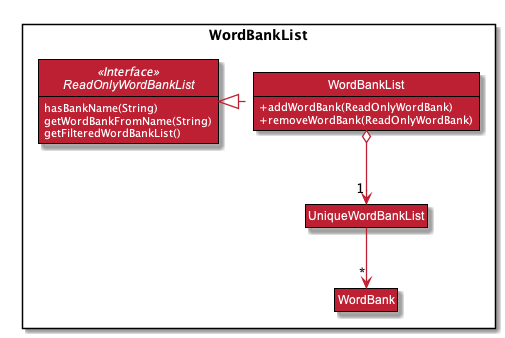
This is docs/images/WordBankListDiagram.png from nus-cs2103-AY1920S1/addressbook-level3, a PlantUML export, as it was before one commit.
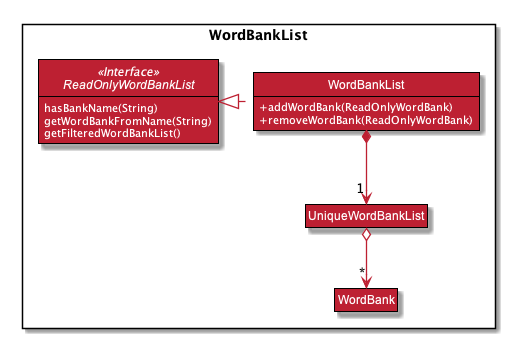
After the change.

Change to the diagram source:
```diff
@@ -78,7 +78,7 @@
 }
 
 WordBankList .left.|> ReadOnlyWordBankList
-WordBankList o-down-> "1" UniqueWordBankList
-UniqueWordBankList -down-> "*" WordBank
+WordBankList *-down-> "1" UniqueWordBankList
+UniqueWordBankList o-down-> "*" WordBank
 
 @enduml
```
